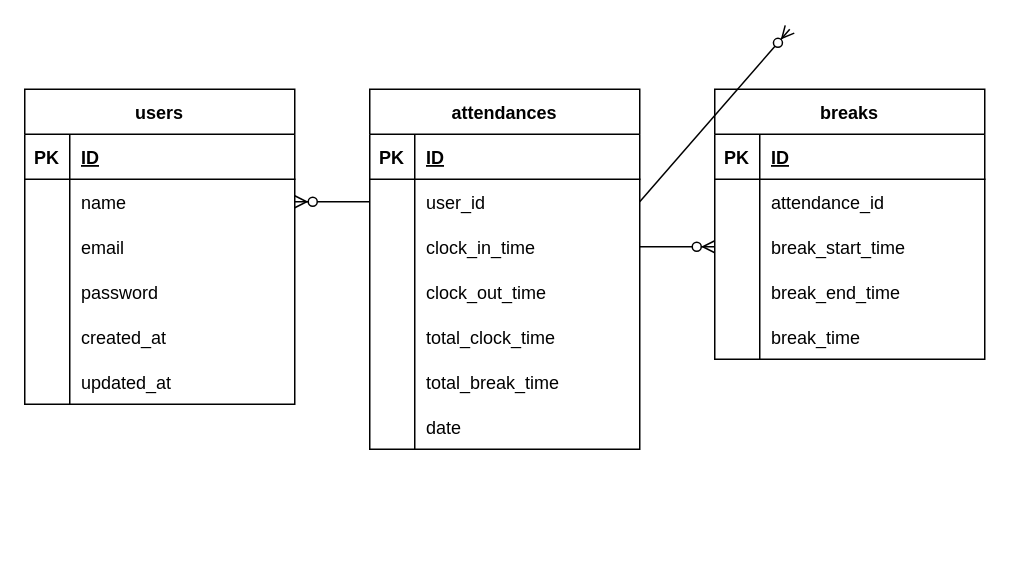
Earlier version of the draw.io diagram src/er.dio (sakanadaketabetetai/attendance). Source tidied: cells renumbered, new cells numbered last; positions are measured from the earlier drawing's top-left corner, leaving out a move shared by most shapes. Both pictures are drawn from the tidied source at 150%, with x=0, y=0 at pixel (24, 28).
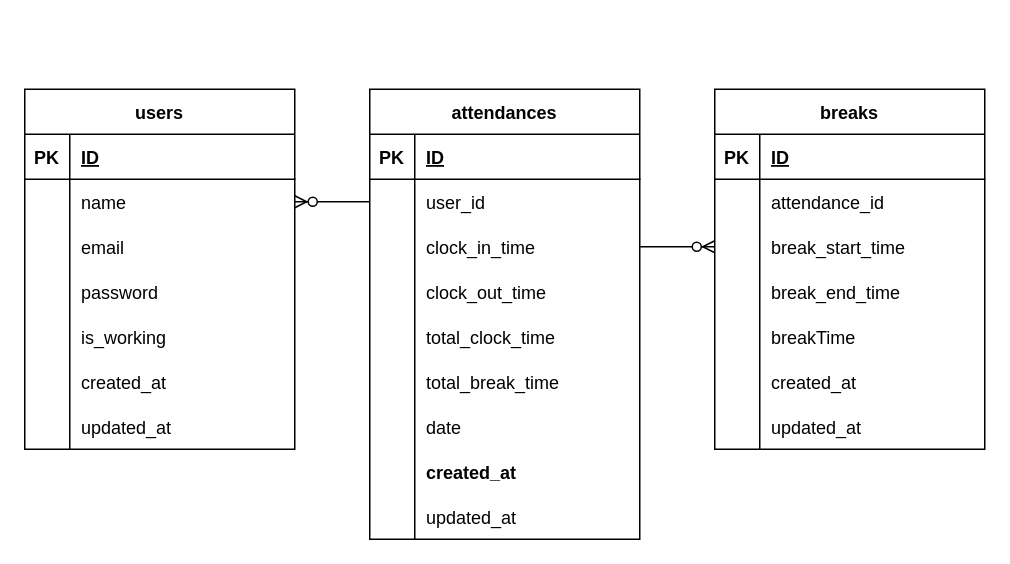
After the change.

Commit message:
リモートリポジトリの変更

The change refers to these unchanged cells:
```xml
<mxCell id="25" style="shape=tableRow;horizontal=0;startSize=0;swimlaneHead=0;swimlaneBody=0;fillColor=none;points=[[0,0.5],[1,0.5]];portConstraint=eastwest;top=0;left=0;right=0;bottom=0;" parent="21" vertex="1">
  <mxGeometry y="60" width="180" height="30" as="geometry" />
</mxCell>
<mxCell id="57" style="shape=tableRow;horizontal=0;startSize=0;swimlaneHead=0;swimlaneBody=0;fillColor=none;top=0;left=0;right=0;bottom=0;" parent="44" vertex="1">
  <mxGeometry y="150" width="180" height="30" as="geometry" />
</mxCell>
```

The edit, as a diff of the source:
```diff
@@
     <mxCell id="2" value="users" style="shape=table;startSize=30;childLayout=tableLayout;rowLines=0;fontStyle=1;align=center;" parent="1" vertex="1">
-      <mxGeometry y="40" width="180" height="210" as="geometry" />
+      <mxGeometry y="40" width="180" height="240" as="geometry" />
     </mxCell>
@@
+    <mxCell id="62" style="shape=tableRow;horizontal=0;startSize=0;swimlaneHead=0;swimlaneBody=0;fillColor=none;top=0;left=0;right=0;bottom=0;" parent="2" vertex="1">
+      <mxGeometry y="150" width="180" height="30" as="geometry" />
+    </mxCell>
+    <mxCell id="63" style="shape=partialRectangle;fillColor=none;top=0;left=0;bottom=0;right=0;overflow=hidden;" parent="62" vertex="1">
+      <mxGeometry width="30" height="30" as="geometry" />
+    </mxCell>
+    <mxCell id="64" value="is_working" style="shape=partialRectangle;fillColor=none;top=0;left=0;bottom=0;right=0;align=left;spacingLeft=6;overflow=hidden;" parent="62" vertex="1">
+      <mxGeometry x="30" width="150" height="30" as="geometry" />
+    </mxCell>
     <mxCell id="15" style="shape=tableRow;horizontal=0;startSize=0;swimlaneHead=0;swimlaneBody=0;fillColor=none;top=0;left=0;right=0;bottom=0;" parent="2" vertex="1">
-      <mxGeometry y="150" width="180" height="30" as="geometry" />
+      <mxGeometry y="180" width="180" height="30" as="geometry" />
     </mxCell>
@@
     <mxCell id="18" style="shape=tableRow;horizontal=0;startSize=0;swimlaneHead=0;swimlaneBody=0;fillColor=none;top=0;left=0;right=0;bottom=0;" parent="2" vertex="1">
-      <mxGeometry y="180" width="180" height="30" as="geometry" />
+      <mxGeometry y="210" width="180" height="30" as="geometry" />
     </mxCell>
@@
     <mxCell id="21" value="attendances" style="shape=table;startSize=30;childLayout=tableLayout;rowLines=0;fontStyle=1;align=center;" parent="1" vertex="1">
-      <mxGeometry x="230" y="40" width="180" height="240" as="geometry" />
+      <mxGeometry x="230" y="40" width="180" height="300" as="geometry" />
     </mxCell>
@@
+    <mxCell id="65" style="shape=tableRow;horizontal=0;startSize=0;swimlaneHead=0;swimlaneBody=0;fillColor=none;top=0;left=0;right=0;bottom=0;" parent="21" vertex="1">
+      <mxGeometry y="240" width="180" height="30" as="geometry" />
+    </mxCell>
+    <mxCell id="66" style="shape=partialRectangle;fillColor=none;top=0;left=0;bottom=0;right=0;overflow=hidden;" parent="65" vertex="1">
+      <mxGeometry width="30" height="30" as="geometry" />
+    </mxCell>
+    <mxCell id="67" value="created_at" style="shape=partialRectangle;fillColor=none;top=0;left=0;bottom=0;right=0;align=left;spacingLeft=6;overflow=hidden;fontStyle=1;" parent="65" vertex="1">
+      <mxGeometry x="30" width="150" height="30" as="geometry" />
+    </mxCell>
+    <mxCell id="68" style="shape=tableRow;horizontal=0;startSize=0;swimlaneHead=0;swimlaneBody=0;fillColor=none;top=0;left=0;right=0;bottom=0;" parent="21" vertex="1">
+      <mxGeometry y="270" width="180" height="30" as="geometry" />
+    </mxCell>
+    <mxCell id="69" style="shape=partialRectangle;fillColor=none;top=0;left=0;bottom=0;right=0;overflow=hidden;" parent="68" vertex="1">
+      <mxGeometry width="30" height="30" as="geometry" />
+    </mxCell>
+    <mxCell id="70" value="updated_at" style="shape=partialRectangle;fillColor=none;top=0;left=0;bottom=0;right=0;align=left;spacingLeft=6;overflow=hidden;" parent="68" vertex="1">
+      <mxGeometry x="30" width="150" height="30" as="geometry" />
+    </mxCell>
@@
     <mxCell id="44" value="breaks" style="shape=table;startSize=30;childLayout=tableLayout;rowLines=0;fontStyle=1;align=center;" parent="1" vertex="1">
-      <mxGeometry x="460" y="40" width="180" height="180" as="geometry" />
+      <mxGeometry x="460" y="40" width="180" height="240" as="geometry" />
     </mxCell>
@@
-    <mxCell id="59" value="break_time" style="shape=partialRectangle;fillColor=none;top=0;left=0;bottom=0;right=0;align=left;spacingLeft=6;overflow=hidden;" parent="57" vertex="1">
+    <mxCell id="59" value="breakTime" style="shape=partialRectangle;fillColor=none;top=0;left=0;bottom=0;right=0;align=left;spacingLeft=6;overflow=hidden;" parent="57" vertex="1">
       <mxGeometry x="30" width="150" height="30" as="geometry" />
     </mxCell>
-    <mxCell id="60" style="fontSize=12;html=1;endArrow=ERzeroToMany;endFill=1;exitX=1;exitY=0.5;exitDx=0;exitDy=0;entryX=0;entryY=0.5;entryDx=0;entryDy=0;" parent="1" edge="1" source="25">
-      <mxGeometry relative="1" as="geometry">
-        <mxPoint x="510" as="targetPoint" />
-      </mxGeometry>
-    </mxCell>
+    <mxCell id="71" style="shape=tableRow;horizontal=0;startSize=0;swimlaneHead=0;swimlaneBody=0;fillColor=none;top=0;left=0;right=0;bottom=0;" parent="44" vertex="1">
+      <mxGeometry y="180" width="180" height="30" as="geometry" />
+    </mxCell>
+    <mxCell id="72" style="shape=partialRectangle;fillColor=none;top=0;left=0;bottom=0;right=0;overflow=hidden;" parent="71" vertex="1">
+      <mxGeometry width="30" height="30" as="geometry" />
+    </mxCell>
+    <mxCell id="73" value="created_at " style="shape=partialRectangle;fillColor=none;top=0;left=0;bottom=0;right=0;align=left;spacingLeft=6;overflow=hidden;" parent="71" vertex="1">
+      <mxGeometry x="30" width="150" height="30" as="geometry" />
+    </mxCell>
+    <mxCell id="74" style="shape=tableRow;horizontal=0;startSize=0;swimlaneHead=0;swimlaneBody=0;fillColor=none;top=0;left=0;right=0;bottom=0;" parent="44" vertex="1">
+      <mxGeometry y="210" width="180" height="30" as="geometry" />
+    </mxCell>
+    <mxCell id="75" style="shape=partialRectangle;fillColor=none;top=0;left=0;bottom=0;right=0;overflow=hidden;" parent="74" vertex="1">
+      <mxGeometry width="30" height="30" as="geometry" />
+    </mxCell>
+    <mxCell id="76" value="updated_at" style="shape=partialRectangle;fillColor=none;top=0;left=0;bottom=0;right=0;align=left;spacingLeft=6;overflow=hidden;" parent="74" vertex="1">
+      <mxGeometry x="30" width="150" height="30" as="geometry" />
+    </mxCell>
```
